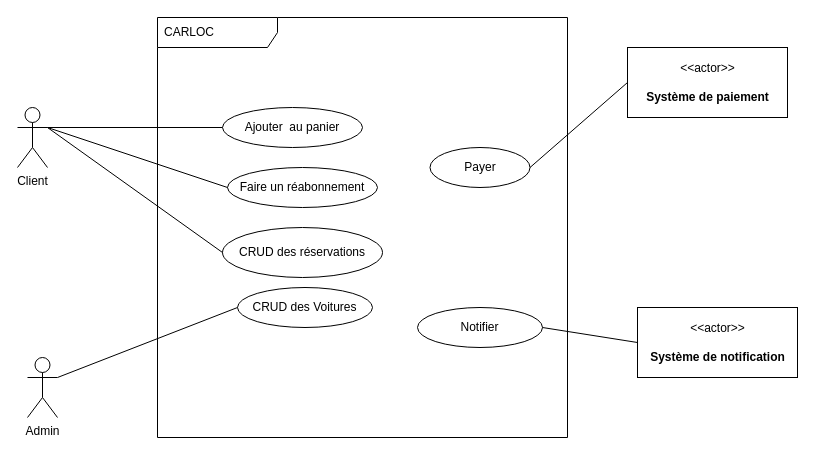
Above: page "Use cases" (1 of 3) of Autres/Etude et analyse de Projet/diagramme.drawio in devviv/CARLOC (draw.io), before the change. Source tidied: cells renumbered, new cells numbered last; positions are measured from the earlier drawing's top-left corner, leaving out a move shared by most shapes. Both pictures are drawn from the tidied source at 100%, with x=0, y=0 at pixel (17, 17).
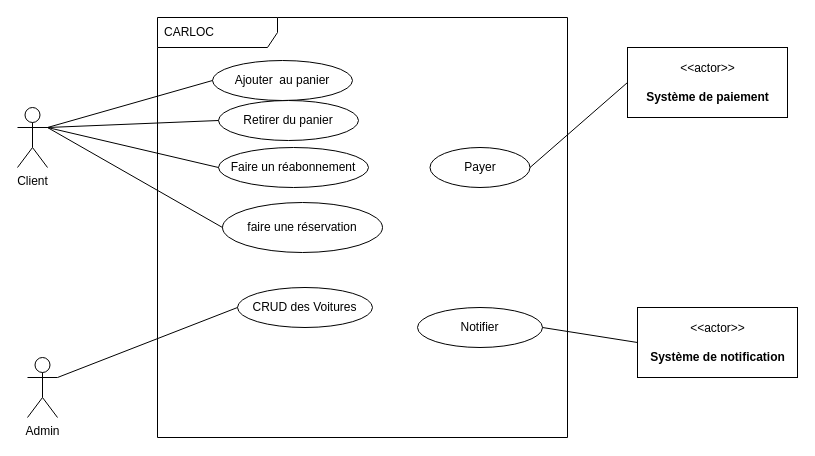
The same diagram, later.

The change refers to these unchanged cells:
```xml
<mxCell id="2" value="Client" style="shape=umlActor;verticalLabelPosition=bottom;verticalAlign=top;html=1;" parent="1" vertex="1">
  <mxGeometry y="90" width="30" height="60" as="geometry" />
</mxCell>
```

What changed in the source:
```diff
@@
-    <mxCell id="7" value="CRUD des réservations" style="ellipse;whiteSpace=wrap;html=1;" parent="1" vertex="1">
-      <mxGeometry x="205" y="210" width="160" height="50" as="geometry" />
+    <mxCell id="7" value="faire une réservation" style="ellipse;whiteSpace=wrap;html=1;" parent="1" vertex="1">
+      <mxGeometry x="205" y="185" width="160" height="50" as="geometry" />
     </mxCell>
     <mxCell id="8" value="Ajouter&amp;nbsp; au panier" style="ellipse;whiteSpace=wrap;html=1;" parent="1" vertex="1">
-      <mxGeometry x="205" y="90" width="140" height="40" as="geometry" />
+      <mxGeometry x="195" y="43" width="140" height="40" as="geometry" />
     </mxCell>
@@
     <mxCell id="10" value="Faire un réabonnement" style="ellipse;whiteSpace=wrap;html=1;" parent="1" vertex="1">
-      <mxGeometry x="210" y="150" width="150" height="40" as="geometry" />
+      <mxGeometry x="201" y="130" width="150" height="40" as="geometry" />
     </mxCell>
@@
+    <mxCell id="19" value="Retirer du panier" style="ellipse;whiteSpace=wrap;html=1;" parent="1" vertex="1">
+      <mxGeometry x="201" y="83" width="140" height="40" as="geometry" />
+    </mxCell>
+    <mxCell id="20" style="endArrow=none;html=1;entryX=0;entryY=0.5;entryDx=0;entryDy=0;exitX=1;exitY=0.3333333333333333;exitDx=0;exitDy=0;exitPerimeter=0;" parent="1" edge="1" source="2" target="19">
+      <mxGeometry relative="1" as="geometry" />
+    </mxCell>
```
